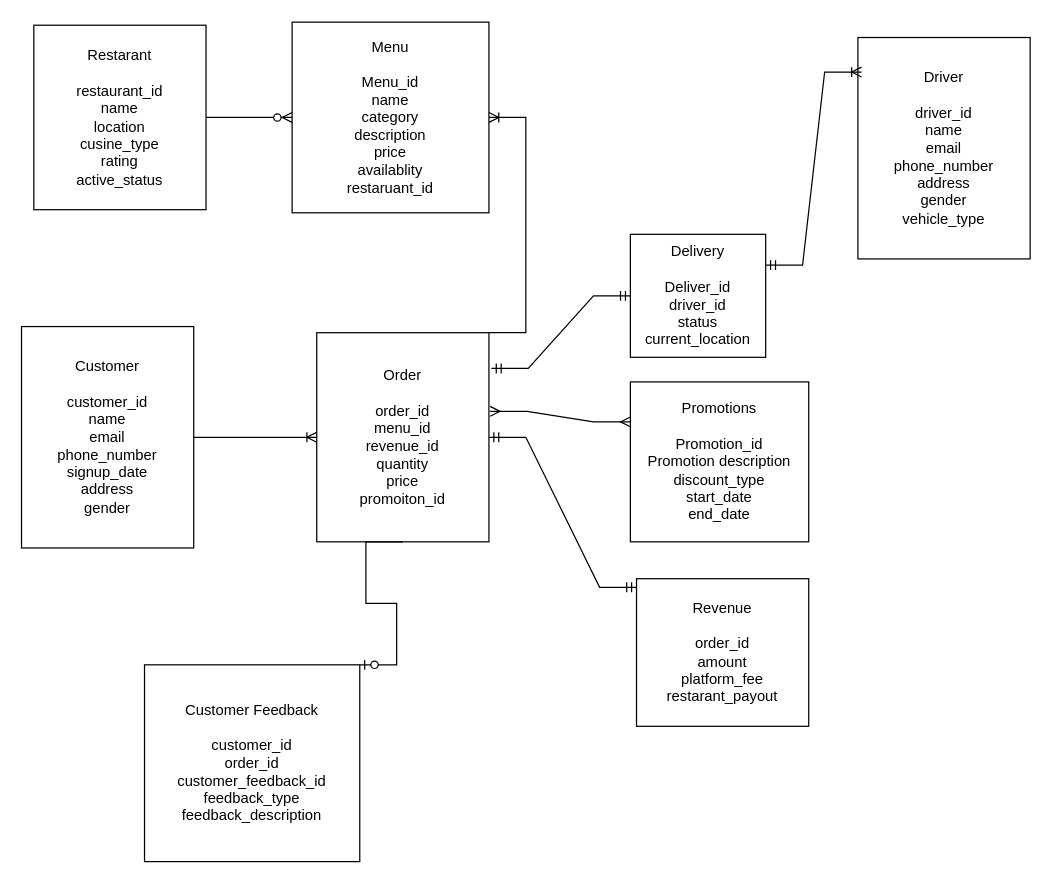
gabrielchanyk/food_insights_data_engineering keeps this draw.io diagram as data-model.drawio. Above is the earlier version. Source tidied: cells renumbered, new cells numbered last; positions are measured from the earlier drawing's top-left corner, leaving out a move shared by most shapes. Both pictures are drawn from the tidied source at 123%, with x=0, y=0 at pixel (21, 22).
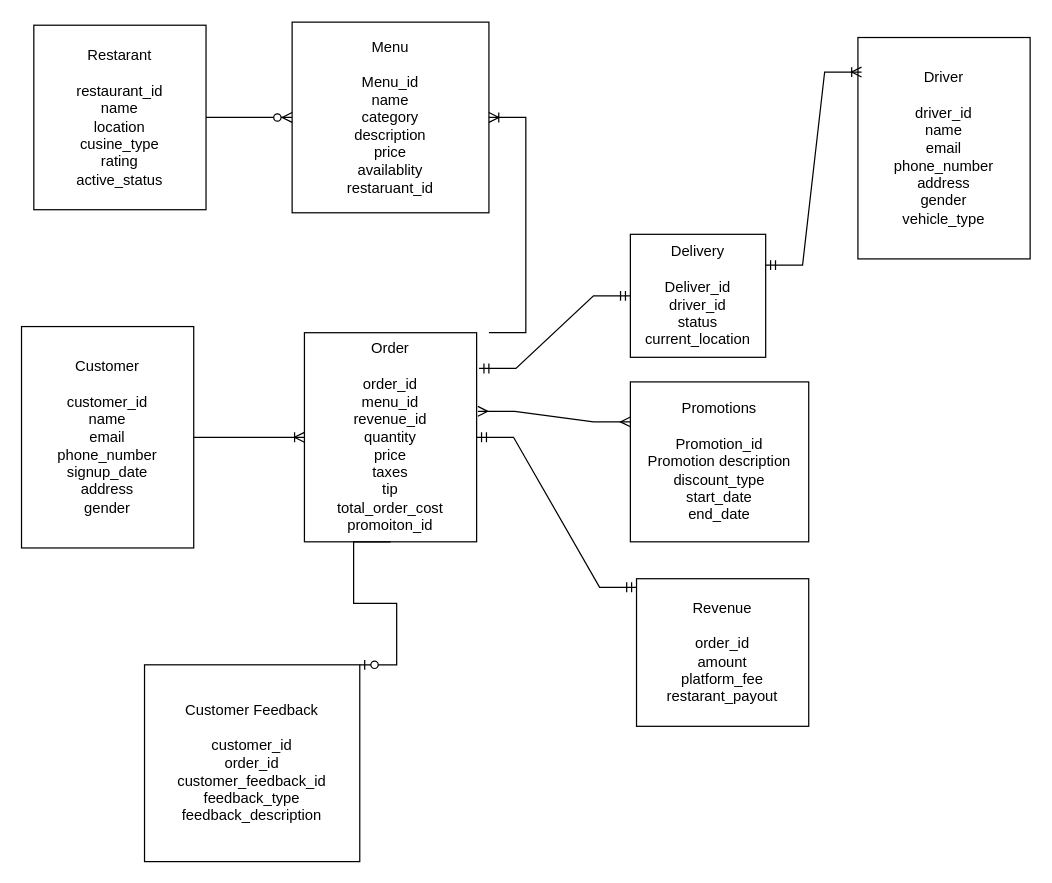
After the change.

The edit, as a diff of the source:
```diff
@@
 <mxGraphModel>
   <root>
     <mxCell id="0" />
     <mxCell id="1" parent="0" />
     <mxCell id="2" value="Customer&lt;div&gt;&lt;br&gt;&lt;/div&gt;&lt;div&gt;customer_id&lt;/div&gt;&lt;div&gt;name&lt;/div&gt;&lt;div&gt;email&lt;/div&gt;&lt;div&gt;phone_number&lt;/div&gt;&lt;div&gt;signup_date&lt;/div&gt;&lt;div&gt;address&lt;/div&gt;&lt;div&gt;gender&lt;/div&gt;" style="rounded=0;whiteSpace=wrap;html=1;" parent="1" vertex="1">
       <mxGeometry y="247" width="140" height="180" as="geometry" />
     </mxCell>
-    <mxCell id="3" value="Order&lt;div&gt;&lt;br&gt;&lt;/div&gt;&lt;div&gt;order_id&lt;/div&gt;&lt;div&gt;menu_id&lt;/div&gt;&lt;div&gt;revenue_id&lt;/div&gt;&lt;div&gt;quantity&lt;/div&gt;&lt;div&gt;price&lt;/div&gt;&lt;div&gt;promoiton_id&lt;/div&gt;" style="rounded=0;whiteSpace=wrap;html=1;" parent="1" vertex="1">
-      <mxGeometry x="240" y="252" width="140" height="170" as="geometry" />
+    <mxCell id="3" value="Order&lt;div&gt;&lt;br&gt;&lt;/div&gt;&lt;div&gt;order_id&lt;/div&gt;&lt;div&gt;menu_id&lt;/div&gt;&lt;div&gt;revenue_id&lt;/div&gt;&lt;div&gt;quantity&lt;/div&gt;&lt;div&gt;price&lt;/div&gt;&lt;div&gt;taxes&lt;/div&gt;&lt;div&gt;tip&lt;/div&gt;&lt;div&gt;total_order_cost&lt;/div&gt;&lt;div&gt;promoiton_id&lt;/div&gt;" style="rounded=0;whiteSpace=wrap;html=1;" parent="1" vertex="1">
+      <mxGeometry x="230" y="252" width="140" height="170" as="geometry" />
     </mxCell>
     <mxCell id="4" value="Revenue&lt;div&gt;&lt;br&gt;&lt;div&gt;order_id&lt;/div&gt;&lt;div&gt;amount&lt;/div&gt;&lt;div&gt;platform_fee&lt;/div&gt;&lt;div&gt;restarant_payout&lt;/div&gt;&lt;/div&gt;" style="rounded=0;whiteSpace=wrap;html=1;" parent="1" vertex="1">
       <mxGeometry x="500" y="452" width="140" height="120" as="geometry" />
     </mxCell>
     <mxCell id="5" value="Menu&lt;div&gt;&lt;br&gt;&lt;/div&gt;&lt;div&gt;Menu_id&lt;/div&gt;&lt;div&gt;name&lt;/div&gt;&lt;div&gt;category&lt;/div&gt;&lt;div&gt;description&lt;/div&gt;&lt;div&gt;price&lt;/div&gt;&lt;div&gt;availablity&lt;/div&gt;&lt;div&gt;restaruant_id&lt;/div&gt;" style="rounded=0;whiteSpace=wrap;html=1;" parent="1" vertex="1">
       <mxGeometry x="220" y="-0.5" width="160" height="155" as="geometry" />
     </mxCell>
     <mxCell id="6" value="Delivery&lt;div&gt;&lt;br&gt;&lt;div&gt;Deliver_id&lt;/div&gt;&lt;div&gt;driver_id&lt;/div&gt;&lt;div&gt;status&lt;/div&gt;&lt;div&gt;current_location&lt;/div&gt;&lt;/div&gt;" style="rounded=0;whiteSpace=wrap;html=1;" parent="1" vertex="1">
       <mxGeometry x="495" y="172" width="110" height="100" as="geometry" />
     </mxCell>
     <mxCell id="7" value="Promotions&lt;div&gt;&lt;br&gt;&lt;/div&gt;&lt;div&gt;Promotion_id&lt;/div&gt;&lt;div&gt;Promotion description&lt;/div&gt;&lt;div&gt;discount_type&lt;/div&gt;&lt;div&gt;start_date&lt;/div&gt;&lt;div&gt;end_date&lt;/div&gt;" style="rounded=0;whiteSpace=wrap;html=1;" parent="1" vertex="1">
       <mxGeometry x="495" y="292" width="145" height="130" as="geometry" />
     </mxCell>
     <mxCell id="8" value="Restarant&lt;div&gt;&lt;br&gt;&lt;/div&gt;&lt;div&gt;restaurant_id&lt;/div&gt;&lt;div&gt;name&lt;/div&gt;&lt;div&gt;location&lt;/div&gt;&lt;div&gt;cusine_type&lt;/div&gt;&lt;div&gt;rating&lt;/div&gt;&lt;div&gt;active_status&lt;/div&gt;" style="rounded=0;whiteSpace=wrap;html=1;" parent="1" vertex="1">
       <mxGeometry x="10" y="2" width="140" height="150" as="geometry" />
     </mxCell>
     <mxCell id="9" style="edgeStyle=entityRelationEdgeStyle;fontSize=12;html=1;endArrow=ERzeroToMany;endFill=1;rounded=0;exitX=1;exitY=0.5;exitDx=0;exitDy=0;entryX=0;entryY=0.5;entryDx=0;entryDy=0;" parent="1" edge="1" source="8" target="5">
       <mxGeometry relative="1" as="geometry" />
     </mxCell>
     <mxCell id="10" style="edgeStyle=entityRelationEdgeStyle;fontSize=12;html=1;endArrow=ERoneToMany;rounded=0;exitX=1;exitY=0.5;exitDx=0;exitDy=0;entryX=0;entryY=0.5;entryDx=0;entryDy=0;" parent="1" edge="1" source="2" target="3">
       <mxGeometry relative="1" as="geometry" />
     </mxCell>
     <mxCell id="11" style="edgeStyle=entityRelationEdgeStyle;fontSize=12;html=1;endArrow=ERoneToMany;rounded=0;entryX=1;entryY=0.5;entryDx=0;entryDy=0;" parent="1" edge="1" target="5">
       <mxGeometry relative="1" as="geometry">
         <mxPoint x="380" y="252" as="sourcePoint" />
       </mxGeometry>
     </mxCell>
     <mxCell id="12" value="Customer Feedback&lt;div&gt;&lt;br&gt;&lt;div&gt;customer_id&lt;/div&gt;&lt;div&gt;order_id&lt;/div&gt;&lt;div&gt;customer_feedback_id&lt;/div&gt;&lt;div&gt;&lt;span style=&quot;background-color: transparent; color: light-dark(rgb(0, 0, 0), rgb(255, 255, 255));&quot;&gt;feedback_type&lt;/span&gt;&lt;/div&gt;&lt;div&gt;&lt;span style=&quot;background-color: transparent; color: light-dark(rgb(0, 0, 0), rgb(255, 255, 255));&quot;&gt;feedback_description&lt;/span&gt;&lt;/div&gt;&lt;/div&gt;" style="whiteSpace=wrap;html=1;" parent="1" vertex="1">
       <mxGeometry x="100" y="522" width="175" height="160" as="geometry" />
     </mxCell>
     <mxCell id="13" style="edgeStyle=entityRelationEdgeStyle;fontSize=12;html=1;endArrow=ERmandOne;startArrow=ERmandOne;rounded=0;exitX=1.014;exitY=0.171;exitDx=0;exitDy=0;exitPerimeter=0;" parent="1" edge="1" source="3" target="6">
       <mxGeometry relative="1" as="geometry" />
     </mxCell>
     <mxCell id="14" style="edgeStyle=entityRelationEdgeStyle;fontSize=12;html=1;endArrow=ERmany;startArrow=ERmany;rounded=0;exitX=1.007;exitY=0.376;exitDx=0;exitDy=0;exitPerimeter=0;entryX=0;entryY=0.25;entryDx=0;entryDy=0;" parent="1" edge="1" source="3" target="7">
       <mxGeometry relative="1" as="geometry" />
     </mxCell>
     <mxCell id="15" value="Driver&lt;br&gt;&lt;div&gt;&lt;br&gt;&lt;/div&gt;&lt;div&gt;driver_id&lt;/div&gt;&lt;div&gt;name&lt;/div&gt;&lt;div&gt;email&lt;/div&gt;&lt;div&gt;phone_number&lt;/div&gt;&lt;div&gt;address&lt;/div&gt;&lt;div&gt;gender&lt;/div&gt;&lt;div&gt;vehicle_type&lt;/div&gt;" style="rounded=0;whiteSpace=wrap;html=1;" parent="1" vertex="1">
       <mxGeometry x="680" y="12" width="140" height="180" as="geometry" />
     </mxCell>
     <mxCell id="16" style="edgeStyle=entityRelationEdgeStyle;fontSize=12;html=1;endArrow=ERoneToMany;startArrow=ERmandOne;rounded=0;exitX=1;exitY=0.25;exitDx=0;exitDy=0;entryX=0.021;entryY=0.156;entryDx=0;entryDy=0;entryPerimeter=0;" parent="1" edge="1" source="6" target="15">
       <mxGeometry relative="1" as="geometry" />
     </mxCell>
     <mxCell id="17" style="edgeStyle=entityRelationEdgeStyle;fontSize=12;html=1;endArrow=ERmandOne;startArrow=ERmandOne;rounded=0;entryX=0;entryY=0.058;entryDx=0;entryDy=0;entryPerimeter=0;" parent="1" edge="1" source="3" target="4">
       <mxGeometry relative="1" as="geometry" />
     </mxCell>
     <mxCell id="18" style="edgeStyle=entityRelationEdgeStyle;fontSize=12;html=1;endArrow=ERzeroToOne;endFill=1;rounded=0;exitX=0.5;exitY=1;exitDx=0;exitDy=0;entryX=1;entryY=0;entryDx=0;entryDy=0;" parent="1" edge="1" source="3" target="12">
       <mxGeometry relative="1" as="geometry" />
     </mxCell>
   </root>
 </mxGraphModel>
```
